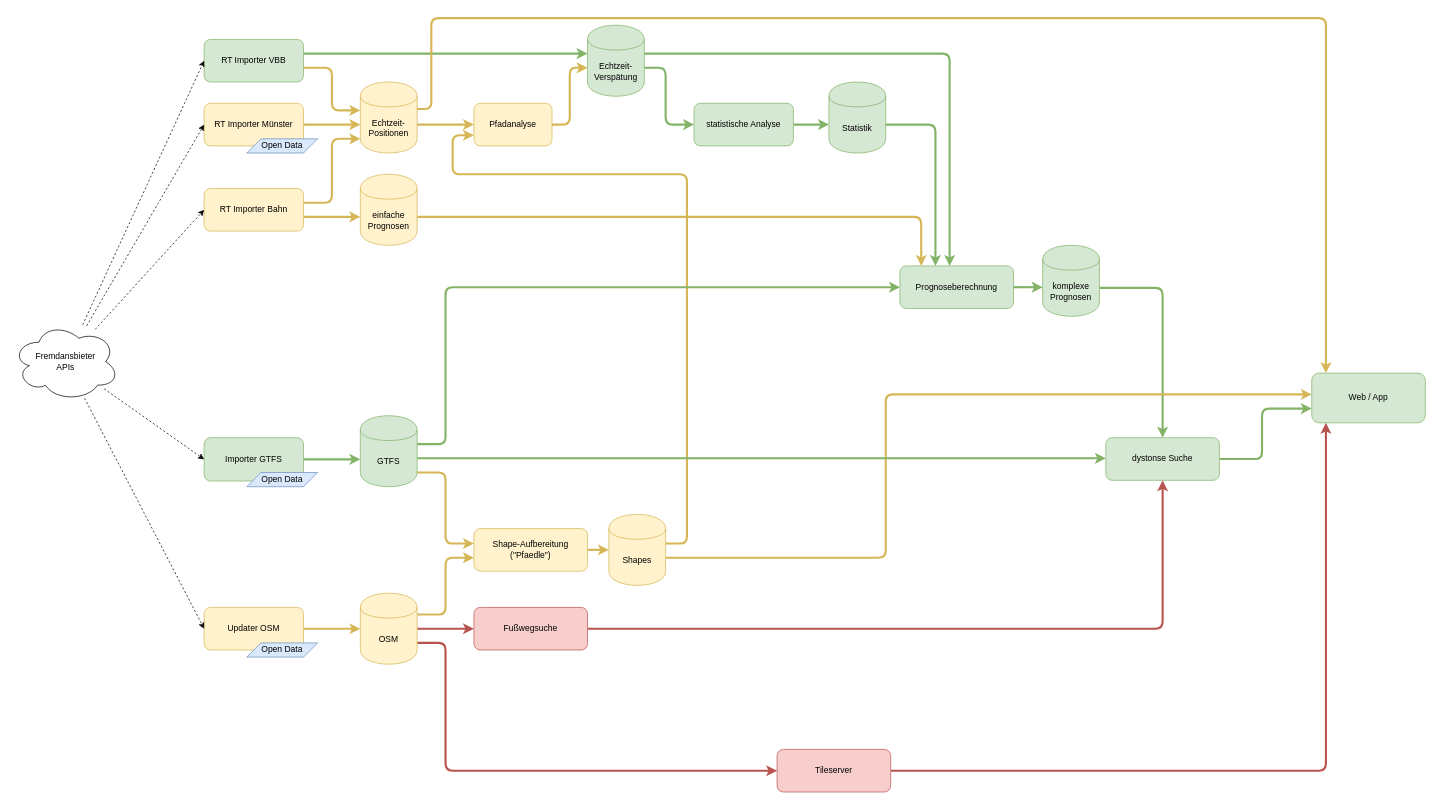
Above: project-status/Dystonse Komponenten.drawio in dystonse/dystonse (draw.io), before the change. Source tidied: cells renumbered, new cells numbered last; positions are measured from the earlier drawing's top-left corner, leaving out a move shared by most shapes. Both pictures are drawn from the tidied source at 71%, with x=0, y=0 at pixel (12, 18).
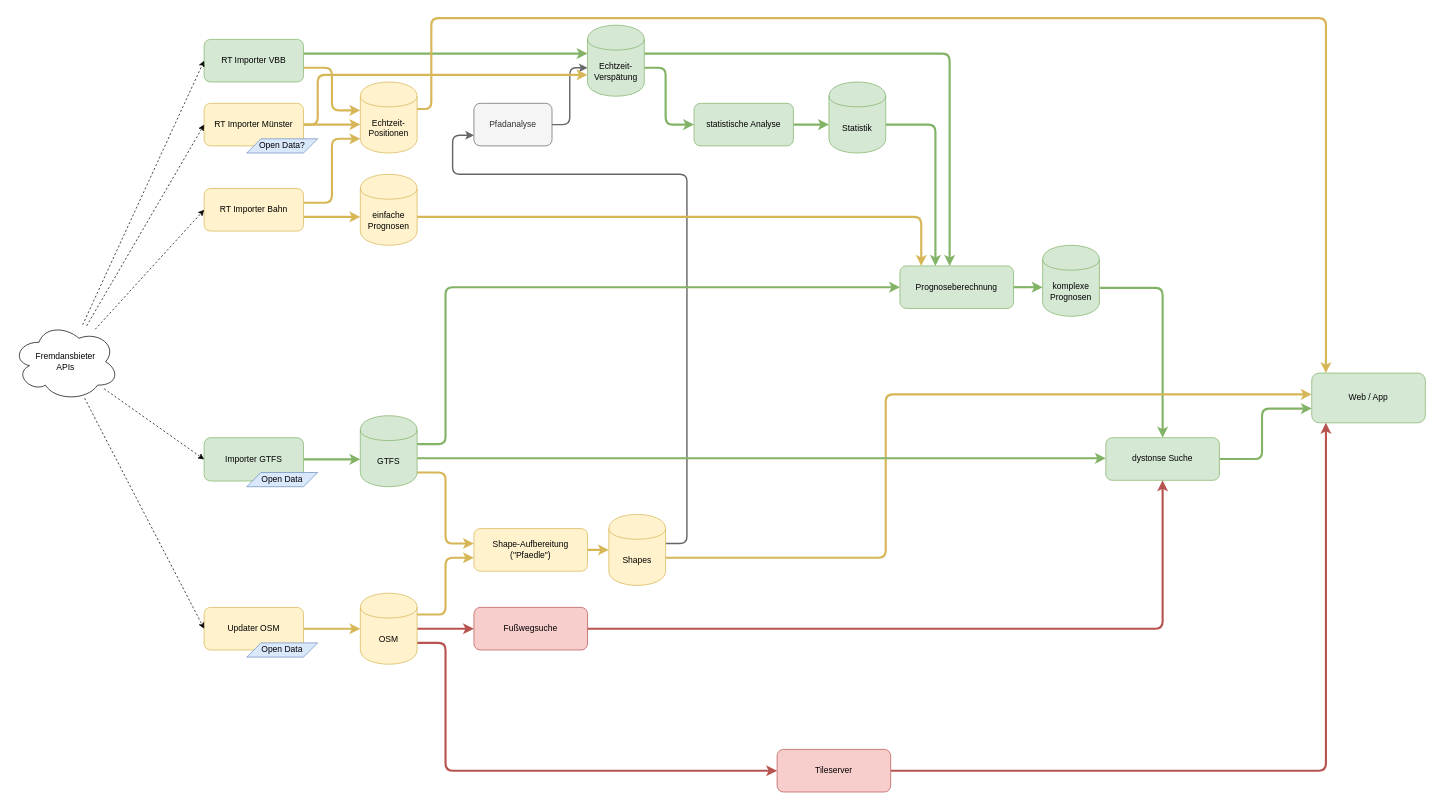
The same page after the edit.

The change refers to these unchanged cells:
```xml
<mxCell id="4" value="&lt;div&gt;Echtzeit-Positionen&lt;/div&gt;" style="shape=cylinder;whiteSpace=wrap;html=1;boundedLbl=1;backgroundOutline=1;fillColor=#fff2cc;strokeColor=#d6b656;" parent="1" vertex="1">
  <mxGeometry x="490" y="90" width="80" height="100" as="geometry" />
</mxCell>
<mxCell id="25" value="Shapes" style="shape=cylinder;whiteSpace=wrap;html=1;boundedLbl=1;backgroundOutline=1;fillColor=#fff2cc;strokeColor=#d6b656;" parent="1" vertex="1">
  <mxGeometry x="840" y="699" width="80" height="100" as="geometry" />
</mxCell>
<mxCell id="39" value="Echtzeit-Verspätung" style="shape=cylinder;whiteSpace=wrap;html=1;boundedLbl=1;backgroundOutline=1;fillColor=#d5e8d4;strokeColor=#82b366;" parent="1" vertex="1">
  <mxGeometry x="810" y="10" width="80" height="100" as="geometry" />
</mxCell>
<mxCell id="51" value="RT Importer Münster" style="rounded=1;whiteSpace=wrap;html=1;fillColor=#fff2cc;strokeColor=#d6b656;" parent="1" vertex="1">
  <mxGeometry x="270" y="120" width="140" height="60" as="geometry" />
</mxCell>
```

What changed in the source:
```diff
@@
-    <mxCell id="3" style="edgeStyle=orthogonalEdgeStyle;rounded=1;jettySize=auto;html=1;entryX=0;entryY=0.5;entryDx=0;entryDy=0;fillColor=#fff2cc;strokeColor=#d6b656;strokeWidth=3;" parent="1" edge="1" source="4" target="33">
-      <mxGeometry relative="1" as="geometry">
-        <Array as="points">
-          <mxPoint x="590" y="150" />
-          <mxPoint x="590" y="150" />
-        </Array>
-      </mxGeometry>
-    </mxCell>
@@
-    <mxCell id="23" style="rounded=1;jettySize=auto;html=1;entryX=0;entryY=0.75;entryDx=0;entryDy=0;edgeStyle=orthogonalEdgeStyle;fillColor=#fff2cc;strokeColor=#d6b656;strokeWidth=3;" parent="1" edge="1" source="25" target="33">
+    <mxCell id="23" style="rounded=1;jettySize=auto;html=1;entryX=0;entryY=0.75;entryDx=0;entryDy=0;edgeStyle=orthogonalEdgeStyle;fillColor=#f5f5f5;strokeColor=#666666;strokeWidth=2;" parent="1" edge="1" source="25" target="33">
       <mxGeometry relative="1" as="geometry">
         <Array as="points">
           <mxPoint x="950" y="740" />
           <mxPoint x="950" y="220" />
           <mxPoint x="620" y="220" />
           <mxPoint x="620" y="165" />
         </Array>
       </mxGeometry>
     </mxCell>
@@
-    <mxCell id="32" style="edgeStyle=orthogonalEdgeStyle;rounded=1;jettySize=auto;html=1;fillColor=#fff2cc;strokeColor=#d6b656;strokeWidth=3;" parent="1" edge="1" source="33" target="39">
+    <mxCell id="32" style="edgeStyle=orthogonalEdgeStyle;rounded=1;jettySize=auto;html=1;fillColor=#f5f5f5;strokeColor=#666666;strokeWidth=2;" parent="1" edge="1" source="33" target="39">
       <mxGeometry relative="1" as="geometry">
         <Array as="points">
           <mxPoint x="785" y="150" />
           <mxPoint x="785" y="70" />
         </Array>
       </mxGeometry>
     </mxCell>
-    <mxCell id="33" value="&lt;div&gt;Pfadanalyse&lt;/div&gt;" style="rounded=1;whiteSpace=wrap;html=1;fillColor=#fff2cc;strokeColor=#d6b656;" parent="1" vertex="1">
+    <mxCell id="33" value="&lt;div&gt;Pfadanalyse&lt;/div&gt;" style="rounded=1;whiteSpace=wrap;html=1;fillColor=#f5f5f5;strokeColor=#666666;fontColor=#333333;" parent="1" vertex="1">
       <mxGeometry x="650" y="120" width="110" height="60" as="geometry" />
     </mxCell>
@@
+    <mxCell id="61" style="edgeStyle=orthogonalEdgeStyle;rounded=1;jettySize=auto;html=1;strokeColor=#d6b656;strokeWidth=3;fillColor=#fff2cc;" parent="1" edge="1" source="51" target="39">
+      <mxGeometry relative="1" as="geometry">
+        <Array as="points">
+          <mxPoint x="430" y="150" />
+          <mxPoint x="430" y="80" />
+        </Array>
+      </mxGeometry>
+    </mxCell>
@@
-    <mxCell id="58" value="Open Data" style="shape=parallelogram;perimeter=parallelogramPerimeter;whiteSpace=wrap;html=1;fillColor=#dae8fc;strokeColor=#6c8ebf;" parent="1" vertex="1">
+    <mxCell id="58" value="Open Data?" style="shape=parallelogram;perimeter=parallelogramPerimeter;whiteSpace=wrap;html=1;fillColor=#dae8fc;strokeColor=#6c8ebf;" parent="1" vertex="1">
       <mxGeometry x="330" y="170" width="100" height="20" as="geometry" />
     </mxCell>
```
